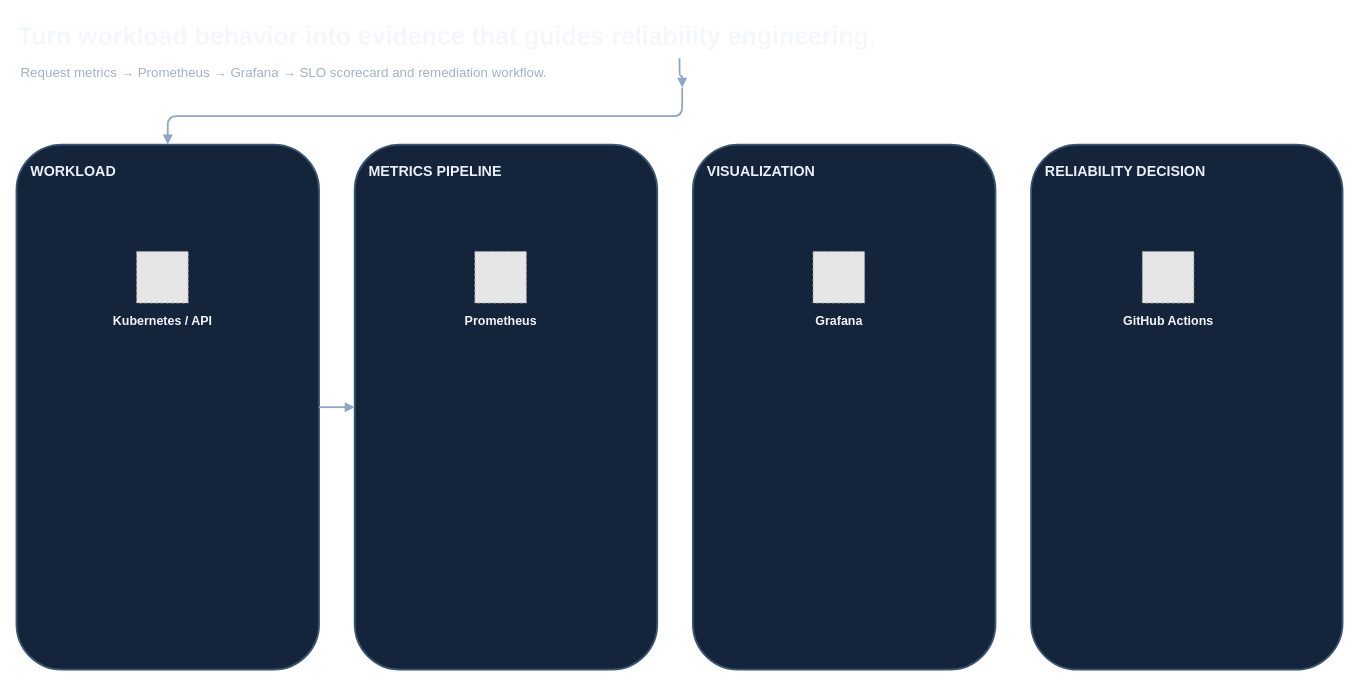
haqueamir70-coder/kubernetes-chaos-engineering-resilience-lab keeps this draw.io diagram as docs/diagrams/03-observability-and-slo-flow.drawio. Above is the earlier version. Source tidied: cells renumbered, new cells numbered last; positions are measured from the earlier drawing's top-left corner, leaving out a move shared by most shapes. Both pictures are drawn from the tidied source at 89%, with x=0, y=0 at pixel (16, 15). Pictures stored in the file or linked from it are replaced by grey dashed boxes.
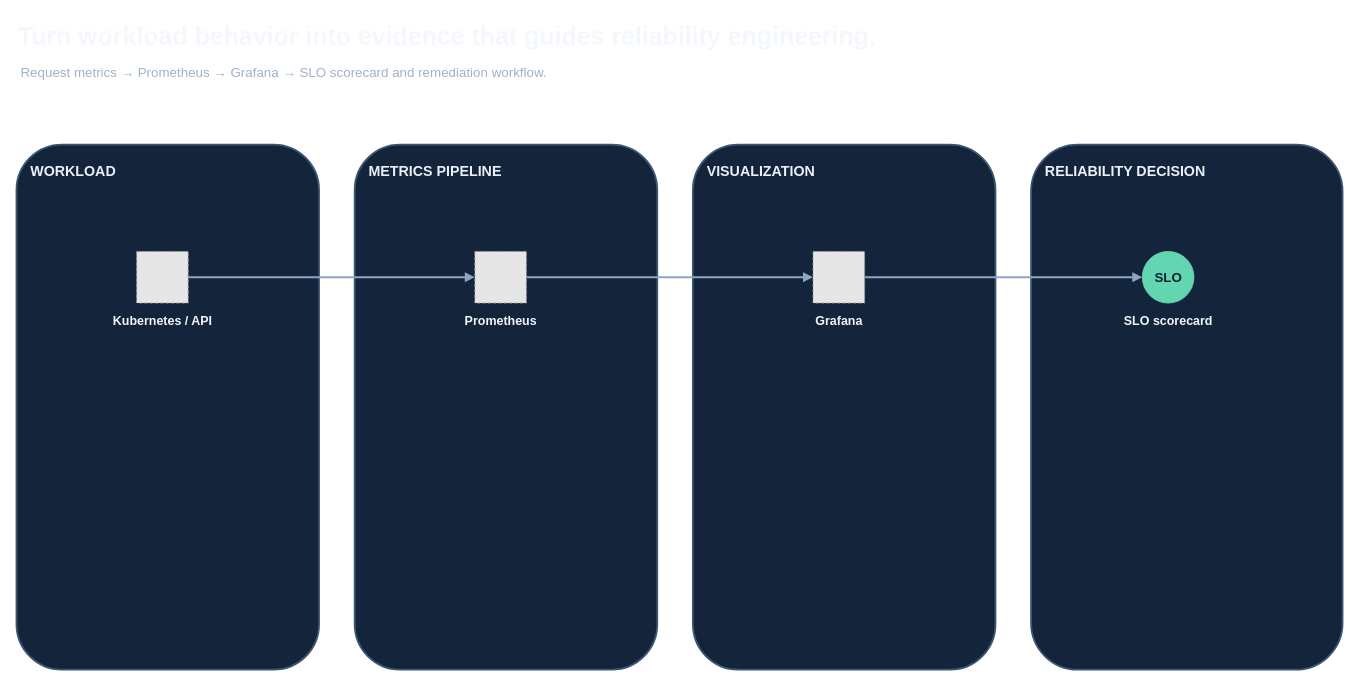
Above is the later version.

Commit message:
design: correct diagram flow connectors and SLO stage

What changed in the source:
```diff
@@
 <mxGraphModel>
   <root>
     <mxCell id="0" />
     <mxCell id="1" parent="0" />
     <mxCell id="2" value="Turn workload behavior into evidence that guides reliability engineering." style="text;html=1;strokeColor=none;fillColor=none;fontColor=#f4f7fb;fontSize=28;fontStyle=1;align=left;verticalAlign=middle;" parent="1" vertex="1">
       <mxGeometry width="1490" height="48" as="geometry" />
     </mxCell>
     <mxCell id="3" value="Request metrics → Prometheus → Grafana → SLO scorecard and remediation workflow." style="text;html=1;strokeColor=none;fillColor=none;fontColor=#9fb2ca;fontSize=15;align=left;verticalAlign=middle;" parent="1" vertex="1">
       <mxGeometry x="3" y="47" width="1490" height="34" as="geometry" />
     </mxCell>
     <mxCell id="4" value="WORKLOAD" style="rounded=1;whiteSpace=wrap;html=1;fillColor=#14243a;strokeColor=#3b5675;strokeWidth=2;fontColor=#e9f0f8;fontSize=16;fontStyle=1;align=left;verticalAlign=top;spacing=16;" parent="1" vertex="1">
       <mxGeometry y="145" width="340" height="590" as="geometry" />
     </mxCell>
     <mxCell id="5" value="METRICS PIPELINE" style="rounded=1;whiteSpace=wrap;html=1;fillColor=#14243a;strokeColor=#3b5675;strokeWidth=2;fontColor=#e9f0f8;fontSize=16;fontStyle=1;align=left;verticalAlign=top;spacing=16;" parent="1" vertex="1">
       <mxGeometry x="380" y="145" width="340" height="590" as="geometry" />
     </mxCell>
     <mxCell id="6" value="VISUALIZATION" style="rounded=1;whiteSpace=wrap;html=1;fillColor=#14243a;strokeColor=#3b5675;strokeWidth=2;fontColor=#e9f0f8;fontSize=16;fontStyle=1;align=left;verticalAlign=top;spacing=16;" parent="1" vertex="1">
       <mxGeometry x="760" y="145" width="340" height="590" as="geometry" />
     </mxCell>
     <mxCell id="7" value="RELIABILITY DECISION" style="rounded=1;whiteSpace=wrap;html=1;fillColor=#14243a;strokeColor=#3b5675;strokeWidth=2;fontColor=#e9f0f8;fontSize=16;fontStyle=1;align=left;verticalAlign=top;spacing=16;" parent="1" vertex="1">
       <mxGeometry x="1140" y="145" width="350" height="590" as="geometry" />
     </mxCell>
     <mxCell id="8" style="fillColor=#E6E6E6;strokeColor=#999999;dashed=1;verticalLabelPosition=bottom;verticalAlign=top;" parent="1" vertex="1">
       <mxGeometry x="135" y="265" width="58" height="58" as="geometry" />
     </mxCell>
     <mxCell id="9" value="Kubernetes / API" style="text;html=1;strokeColor=none;fillColor=none;fontColor=#f2f6fb;fontSize=14;fontStyle=1;align=center;verticalAlign=middle;" parent="1" vertex="1">
       <mxGeometry x="90" y="328" width="148" height="30" as="geometry" />
     </mxCell>
     <mxCell id="10" style="fillColor=#E6E6E6;strokeColor=#999999;dashed=1;verticalLabelPosition=bottom;verticalAlign=top;" parent="1" vertex="1">
       <mxGeometry x="515" y="265" width="58" height="58" as="geometry" />
     </mxCell>
     <mxCell id="11" value="Prometheus" style="text;html=1;strokeColor=none;fillColor=none;fontColor=#f2f6fb;fontSize=14;fontStyle=1;align=center;verticalAlign=middle;" parent="1" vertex="1">
       <mxGeometry x="470" y="328" width="148" height="30" as="geometry" />
     </mxCell>
     <mxCell id="12" style="fillColor=#E6E6E6;strokeColor=#999999;dashed=1;verticalLabelPosition=bottom;verticalAlign=top;" parent="1" vertex="1">
       <mxGeometry x="895" y="265" width="58" height="58" as="geometry" />
     </mxCell>
     <mxCell id="13" value="Grafana" style="text;html=1;strokeColor=none;fillColor=none;fontColor=#f2f6fb;fontSize=14;fontStyle=1;align=center;verticalAlign=middle;" parent="1" vertex="1">
       <mxGeometry x="850" y="328" width="148" height="30" as="geometry" />
     </mxCell>
-    <mxCell id="14" style="fillColor=#E6E6E6;strokeColor=#999999;dashed=1;verticalLabelPosition=bottom;verticalAlign=top;" parent="1" vertex="1">
+    <mxCell id="14" value="SLO" style="ellipse;html=1;fillColor=#61d6b0;strokeColor=#61d6b0;fontColor=#102033;fontSize=15;fontStyle=1;align=center;verticalAlign=middle;" parent="1" vertex="1">
       <mxGeometry x="1265" y="265" width="58" height="58" as="geometry" />
     </mxCell>
-    <mxCell id="15" value="GitHub Actions" style="text;html=1;strokeColor=none;fillColor=none;fontColor=#f2f6fb;fontSize=14;fontStyle=1;align=center;verticalAlign=middle;" parent="1" vertex="1">
+    <mxCell id="15" value="SLO scorecard" style="text;html=1;strokeColor=none;fillColor=none;fontColor=#f2f6fb;fontSize=14;fontStyle=1;align=center;verticalAlign=middle;" parent="1" vertex="1">
       <mxGeometry x="1220" y="328" width="148" height="30" as="geometry" />
     </mxCell>
-    <mxCell id="16" style="edgeStyle=orthogonalEdgeStyle;rounded=1;jettySize=auto;html=1;strokeColor=#8da5c6;strokeWidth=2;endArrow=block;endFill=1;fontColor=#cbd8e8;fontSize=12;labelBackgroundColor=#14243a;" parent="1" edge="1" source="2" target="3">
+    <mxCell id="16" style="edgeStyle=orthogonalEdgeStyle;rounded=1;jettySize=auto;html=1;strokeColor=#8da5c6;strokeWidth=2;endArrow=block;endFill=1;fontColor=#cbd8e8;fontSize=12;labelBackgroundColor=#14243a;" parent="1" edge="1" source="8" target="10">
       <mxGeometry relative="1" as="geometry" />
     </mxCell>
-    <mxCell id="17" style="edgeStyle=orthogonalEdgeStyle;rounded=1;jettySize=auto;html=1;strokeColor=#8da5c6;strokeWidth=2;endArrow=block;endFill=1;fontColor=#cbd8e8;fontSize=12;labelBackgroundColor=#14243a;" parent="1" edge="1" source="3" target="4">
+    <mxCell id="17" style="edgeStyle=orthogonalEdgeStyle;rounded=1;jettySize=auto;html=1;strokeColor=#8da5c6;strokeWidth=2;endArrow=block;endFill=1;fontColor=#cbd8e8;fontSize=12;labelBackgroundColor=#14243a;" parent="1" edge="1" source="10" target="12">
       <mxGeometry relative="1" as="geometry" />
     </mxCell>
-    <mxCell id="18" style="edgeStyle=orthogonalEdgeStyle;rounded=1;jettySize=auto;html=1;strokeColor=#8da5c6;strokeWidth=2;endArrow=block;endFill=1;fontColor=#cbd8e8;fontSize=12;labelBackgroundColor=#14243a;" parent="1" edge="1" source="4" target="5">
+    <mxCell id="18" style="edgeStyle=orthogonalEdgeStyle;rounded=1;jettySize=auto;html=1;strokeColor=#8da5c6;strokeWidth=2;endArrow=block;endFill=1;fontColor=#cbd8e8;fontSize=12;labelBackgroundColor=#14243a;" parent="1" edge="1" source="12" target="14">
       <mxGeometry relative="1" as="geometry" />
     </mxCell>
   </root>
 </mxGraphModel>
```
